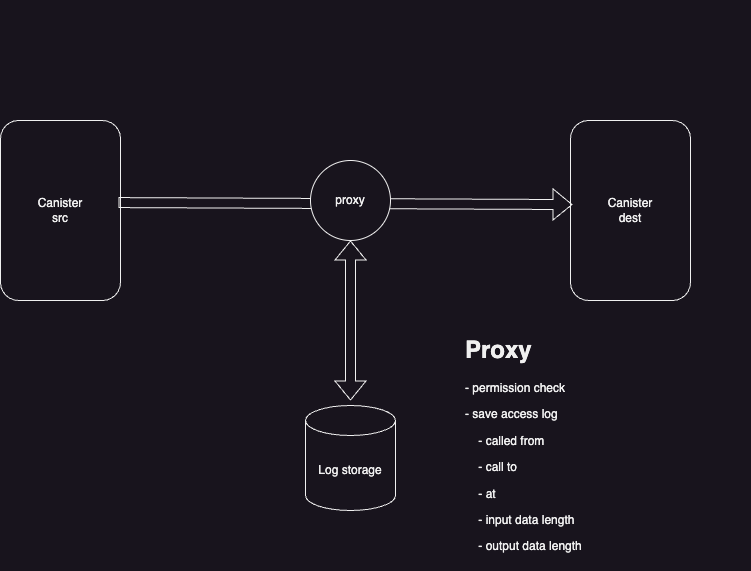
This is proxy.png from horizonx-tech/chainsight-management-canisters, a draw.io export, as it was before one commit. Source tidied: cells renumbered, new cells last; positions are measured from the earlier drawing's top-left corner, leaving out a move shared by most shapes. Source of this version:
```xml
<mxGraphModel>
  <root>
    <mxCell id="0" />
    <mxCell id="1" parent="0" />
    <mxCell id="2" value="Canister&lt;br&gt;src" style="rounded=1;whiteSpace=wrap;html=1;" parent="1" vertex="1">
      <mxGeometry y="110" width="120" height="180" as="geometry" />
    </mxCell>
    <mxCell id="3" value="&lt;h1&gt;&lt;br&gt;&lt;/h1&gt;" style="text;html=1;strokeColor=none;fillColor=none;spacing=5;spacingTop=-20;whiteSpace=wrap;overflow=hidden;rounded=0;" parent="1" vertex="1">
      <mxGeometry x="510" width="190" height="120" as="geometry" />
    </mxCell>
    <mxCell id="4" value="Canister&lt;br&gt;dest" style="rounded=1;whiteSpace=wrap;html=1;" parent="1" vertex="1">
      <mxGeometry x="570" y="110" width="120" height="180" as="geometry" />
    </mxCell>
    <mxCell id="5" value="Log storage" style="shape=cylinder3;whiteSpace=wrap;html=1;boundedLbl=1;backgroundOutline=1;size=15;" parent="1" vertex="1">
      <mxGeometry x="305" y="395" width="90" height="105" as="geometry" />
    </mxCell>
    <mxCell id="6" style="shape=flexArrow;endArrow=classic;startArrow=classic;html=1;rounded=0;entryX=0.5;entryY=1;entryDx=0;entryDy=0;" parent="1" edge="1" target="8">
      <mxGeometry relative="1" as="geometry">
        <mxPoint x="350" y="390" as="sourcePoint" />
      </mxGeometry>
    </mxCell>
    <mxCell id="7" style="shape=flexArrow;endArrow=classic;html=1;rounded=0;exitX=0.983;exitY=0.456;exitDx=0;exitDy=0;exitPerimeter=0;entryX=0.017;entryY=0.467;entryDx=0;entryDy=0;entryPerimeter=0;" parent="1" edge="1" source="2" target="4">
      <mxGeometry relative="1" as="geometry" />
    </mxCell>
    <mxCell id="8" value="proxy" style="ellipse;whiteSpace=wrap;html=1;" parent="1" vertex="1">
      <mxGeometry x="310" y="150" width="80" height="80" as="geometry" />
    </mxCell>
    <mxCell id="9" value="&lt;h1&gt;Proxy&lt;/h1&gt;&lt;p&gt;- permission check&lt;/p&gt;&lt;p&gt;- save access log&lt;/p&gt;&lt;p&gt;&amp;nbsp; &amp;nbsp; - called from&lt;/p&gt;&lt;p&gt;&amp;nbsp; &amp;nbsp; - call to&lt;/p&gt;&lt;p&gt;&amp;nbsp; &amp;nbsp; - at&lt;/p&gt;&lt;p&gt;&amp;nbsp; &amp;nbsp; - input data length&lt;/p&gt;&lt;p&gt;&amp;nbsp; &amp;nbsp; - output data length&lt;/p&gt;" style="text;html=1;strokeColor=none;fillColor=none;spacing=5;spacingTop=-20;whiteSpace=wrap;overflow=hidden;rounded=0;" parent="1" vertex="1">
      <mxGeometry x="460" y="320" width="290" height="240" as="geometry" />
    </mxCell>
  </root>
</mxGraphModel>
```
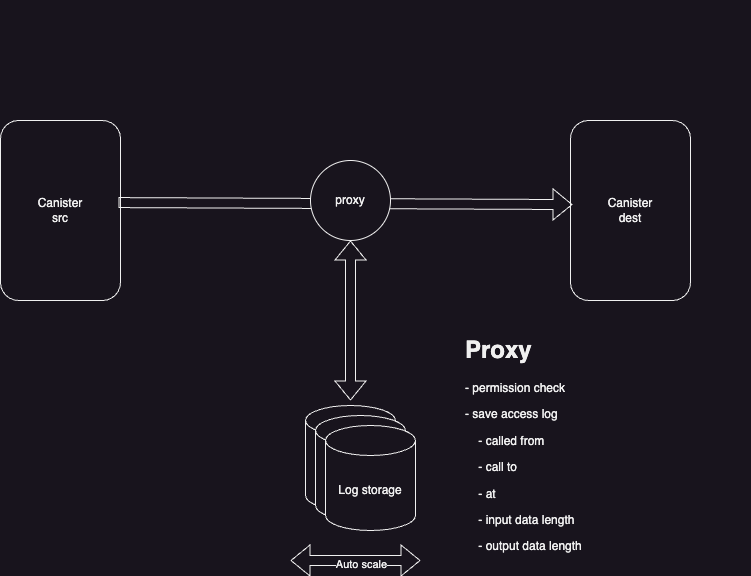
The same file after the commit.

The edit, as a diff of the source:
```diff
@@ -28,5 +28,22 @@
     <mxCell id="9" value="&lt;h1&gt;Proxy&lt;/h1&gt;&lt;p&gt;- permission check&lt;/p&gt;&lt;p&gt;- save access log&lt;/p&gt;&lt;p&gt;&amp;nbsp; &amp;nbsp; - called from&lt;/p&gt;&lt;p&gt;&amp;nbsp; &amp;nbsp; - call to&lt;/p&gt;&lt;p&gt;&amp;nbsp; &amp;nbsp; - at&lt;/p&gt;&lt;p&gt;&amp;nbsp; &amp;nbsp; - input data length&lt;/p&gt;&lt;p&gt;&amp;nbsp; &amp;nbsp; - output data length&lt;/p&gt;" style="text;html=1;strokeColor=none;fillColor=none;spacing=5;spacingTop=-20;whiteSpace=wrap;overflow=hidden;rounded=0;" parent="1" vertex="1">
       <mxGeometry x="460" y="320" width="290" height="240" as="geometry" />
     </mxCell>
+    <mxCell id="10" value="Log storage" style="shape=cylinder3;whiteSpace=wrap;html=1;boundedLbl=1;backgroundOutline=1;size=15;" parent="1" vertex="1">
+      <mxGeometry x="315" y="405" width="90" height="105" as="geometry" />
+    </mxCell>
+    <mxCell id="11" value="Log storage" style="shape=cylinder3;whiteSpace=wrap;html=1;boundedLbl=1;backgroundOutline=1;size=15;" parent="1" vertex="1">
+      <mxGeometry x="325" y="415" width="90" height="105" as="geometry" />
+    </mxCell>
+    <mxCell id="12" style="shape=flexArrow;endArrow=classic;startArrow=classic;html=1;rounded=0;" parent="1" edge="1">
+      <mxGeometry relative="1" as="geometry">
+        <mxPoint x="290" y="550" as="sourcePoint" />
+        <mxPoint x="420" y="550" as="targetPoint" />
+      </mxGeometry>
+    </mxCell>
+    <mxCell id="13" value="Auto scale" style="edgeLabel;html=1;align=center;verticalAlign=middle;" parent="12" vertex="1">
+      <mxGeometry x="-0.18" y="-3" relative="1" as="geometry">
+        <mxPoint x="17" as="offset" />
+      </mxGeometry>
+    </mxCell>
   </root>
 </mxGraphModel>
```
